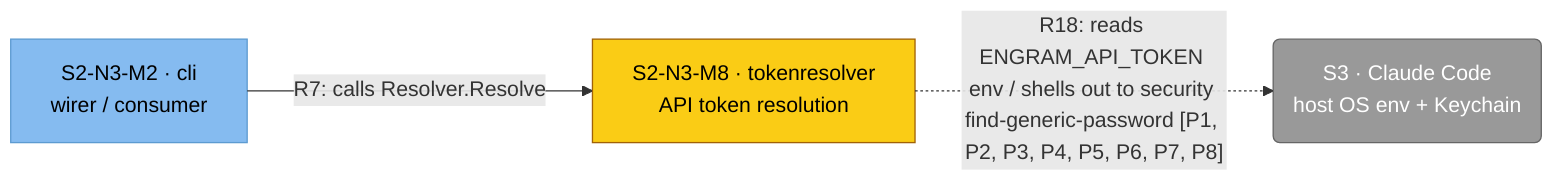
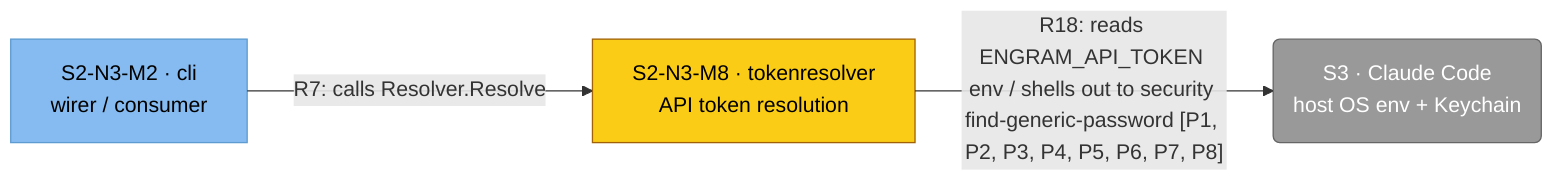
%%{init: {'flowchart': {'defaultRenderer': 'elk'}}}%%
flowchart LR
    classDef person      fill:#08427b,stroke:#052e56,color:#fff
    classDef external    fill:#999,   stroke:#666,   color:#fff
    classDef container   fill:#1168bd,stroke:#0b4884,color:#fff
    classDef component   fill:#85bbf0,stroke:#5d9bd1,color:#000
    classDef focus       fill:#facc15,stroke:#a16207,color:#000

    s2-n3-m8["S2-N3-M8 · tokenresolver<br/>API token resolution"]
    s2-n3-m2["S2-N3-M2 · cli<br/>wirer / consumer"]
    s3("S3 · Claude Code<br/>host OS env + Keychain")

    s2-n3-m2 -->|"R7: calls Resolver.Resolve"| s2-n3-m8
-     s2-n3-m8 -.->|"R18: reads ENGRAM_API_TOKEN env / shells out to security find-generic-password [P1, P2, P3, P4, P5, P6, P7, P8]"| s3
+     s2-n3-m8 -->|"R18: reads ENGRAM_API_TOKEN env / shells out to security find-generic-password [P1, P2, P3, P4, P5, P6, P7, P8]"| s3

    class s3 external
    class s2-n3-m2 component
    class s2-n3-m8 focus
